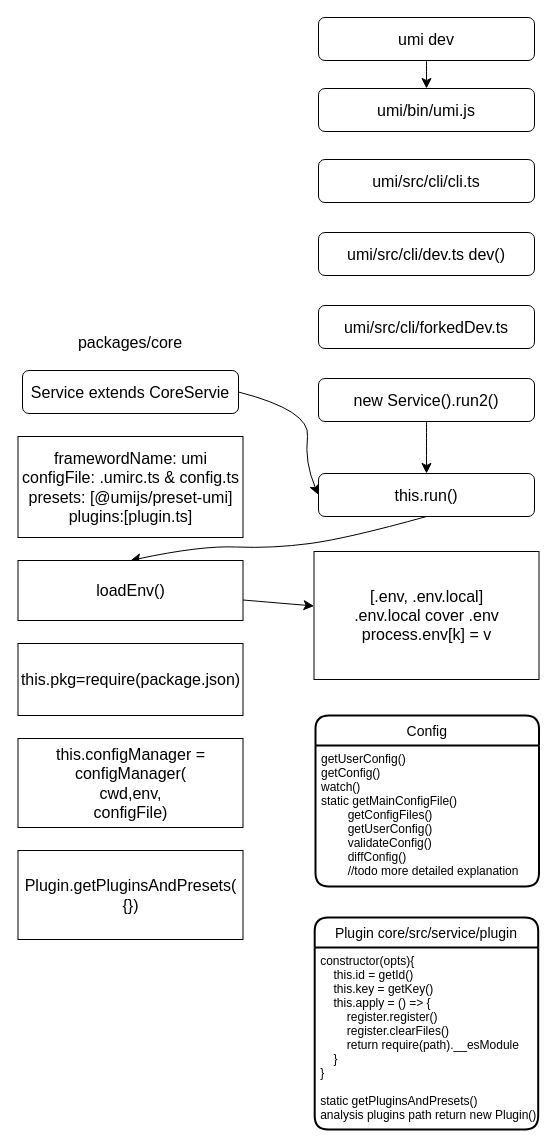
Above: umi.drawio in ccctw-ma/source-code-learning (draw.io), before the change. Source tidied: cells renumbered, new cells numbered last; positions are measured from the earlier drawing's top-left corner, leaving out a move shared by most shapes. Both pictures are drawn from the tidied source at 100%, with x=0, y=0 at pixel (17, 17).
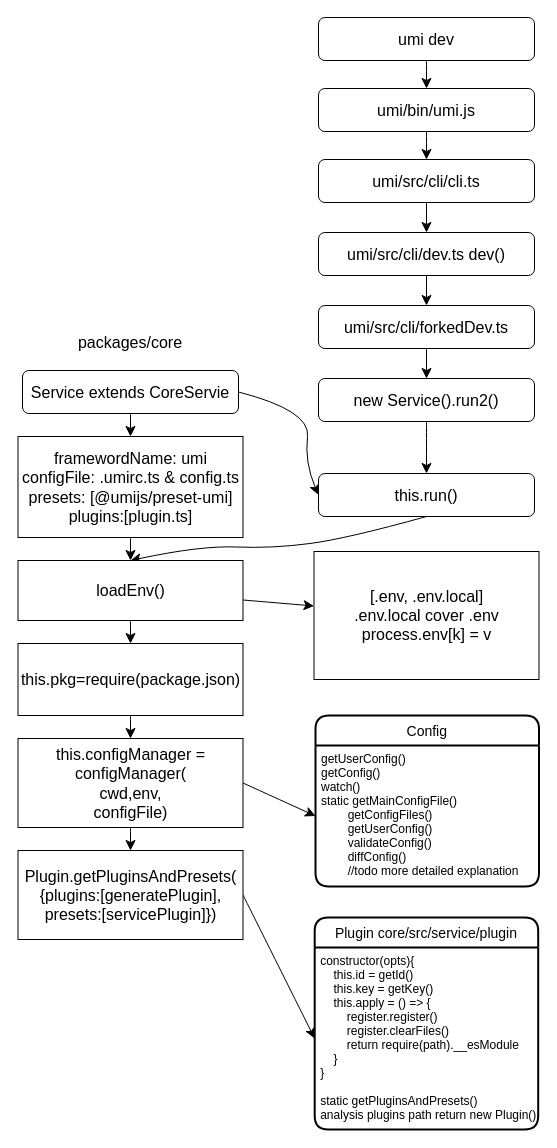
The same diagram, later.

Unchanged cells that the change refers to:
```xml
<mxCell id="4" value="umi/bin/umi.js" style="rounded=1;whiteSpace=wrap;html=1;fontSize=16;" parent="1" vertex="1">
  <mxGeometry x="301" y="71" width="216" height="43" as="geometry" />
</mxCell>
<mxCell id="5" value="umi/src/cli/cli.ts" style="rounded=1;whiteSpace=wrap;html=1;fontSize=16;" parent="1" vertex="1">
  <mxGeometry x="301" y="142" width="216" height="43" as="geometry" />
</mxCell>
<mxCell id="6" value="umi/src/cli/dev.ts&lt;span style=&quot;white-space: pre;&quot;&gt; &lt;/span&gt;dev()" style="rounded=1;whiteSpace=wrap;html=1;fontSize=16;" parent="1" vertex="1">
  <mxGeometry x="301" y="215" width="216" height="43" as="geometry" />
</mxCell>
<mxCell id="7" value="umi/src/cli/forkedDev.ts" style="rounded=1;whiteSpace=wrap;html=1;fontSize=16;" parent="1" vertex="1">
  <mxGeometry x="301" y="288" width="216" height="43" as="geometry" />
</mxCell>
<mxCell id="9" value="new Service().run2()" style="rounded=1;whiteSpace=wrap;html=1;fontSize=16;" parent="1" vertex="1">
  <mxGeometry x="301" y="361" width="216" height="43" as="geometry" />
</mxCell>
<mxCell id="11" value="Service extends CoreServie" style="rounded=1;whiteSpace=wrap;html=1;fontSize=16;" parent="1" vertex="1">
  <mxGeometry x="5" y="353" width="216" height="43" as="geometry" />
</mxCell>
<mxCell id="12" value="framewordName: umi&lt;br&gt;configFile: .umirc.ts &amp;amp; config.ts&lt;br&gt;presets: [@umijs/preset-umi]&lt;br&gt;plugins:[plugin.ts]" style="html=1;fontSize=16;" parent="1" vertex="1">
  <mxGeometry x="0.5" y="419" width="225" height="101" as="geometry" />
</mxCell>
<mxCell id="17" value="getUserConfig()&#10;getConfig()&#10;watch()&#10;static getMainConfigFile()&#10;        getConfigFiles()&#10;        getUserConfig()&#10;        validateConfig()&#10;        diffConfig()&#10;        //todo more detailed explanation&#10;&#10;" style="align=left;strokeColor=none;fillColor=none;spacingLeft=4;fontSize=12;verticalAlign=top;" parent="16" vertex="1">
  <mxGeometry y="30" width="223.5" height="141" as="geometry" />
</mxCell>
<mxCell id="19" value="loadEnv()&lt;br&gt;" style="html=1;fontSize=16;" parent="1" vertex="1">
  <mxGeometry x="0.5" y="543" width="225" height="60" as="geometry" />
</mxCell>
<mxCell id="21" value="this.pkg=require(package.json)" style="html=1;fontSize=16;" parent="1" vertex="1">
  <mxGeometry x="0.5" y="626" width="225" height="72" as="geometry" />
</mxCell>
<mxCell id="22" value="this.configManager =&lt;br&gt;configManager(&lt;br&gt;cwd,env,&lt;br&gt;configFile)" style="html=1;fontSize=16;" parent="1" vertex="1">
  <mxGeometry x="0.5" y="721" width="225" height="89" as="geometry" />
</mxCell>
<mxCell id="25" value="constructor(opts){&#10;    this.id = getId()&#10;    this.key = getKey()&#10;    this.apply = () =&gt; {&#10;        register.register()&#10;        register.clearFiles()&#10;        return require(path).__esModule&#10;    }&#10;}&#10;&#10;static getPluginsAndPresets()&#10;analysis plugins path return new Plugin()" style="align=left;strokeColor=none;fillColor=none;spacingLeft=4;fontSize=12;verticalAlign=top;" parent="24" vertex="1">
  <mxGeometry y="30" width="223.5" height="182" as="geometry" />
</mxCell>
```

Change to the diagram source:
```diff
@@
+    <mxCell id="26" style="edgeStyle=none;curved=1;rounded=0;jettySize=auto;html=1;exitX=0.5;exitY=1;exitDx=0;exitDy=0;fontSize=12;startSize=8;endSize=8;" parent="1" edge="1" source="4" target="5">
+      <mxGeometry relative="1" as="geometry" />
+    </mxCell>
@@
+    <mxCell id="27" style="edgeStyle=none;curved=1;rounded=0;jettySize=auto;html=1;exitX=0.5;exitY=1;exitDx=0;exitDy=0;entryX=0.5;entryY=0;entryDx=0;entryDy=0;fontSize=12;startSize=8;endSize=8;" parent="1" edge="1" source="5" target="6">
+      <mxGeometry relative="1" as="geometry" />
+    </mxCell>
@@
+    <mxCell id="28" style="edgeStyle=none;curved=1;rounded=0;jettySize=auto;html=1;exitX=0.5;exitY=1;exitDx=0;exitDy=0;entryX=0.5;entryY=0;entryDx=0;entryDy=0;fontSize=12;startSize=8;endSize=8;" parent="1" edge="1" source="6" target="7">
+      <mxGeometry relative="1" as="geometry" />
+    </mxCell>
@@
+    <mxCell id="29" style="edgeStyle=none;curved=1;rounded=0;jettySize=auto;html=1;exitX=0.5;exitY=1;exitDx=0;exitDy=0;entryX=0.5;entryY=0;entryDx=0;entryDy=0;fontSize=12;startSize=8;endSize=8;" parent="1" edge="1" source="7" target="9">
+      <mxGeometry relative="1" as="geometry" />
+    </mxCell>
@@
+    <mxCell id="30" style="edgeStyle=none;curved=1;rounded=0;jettySize=auto;html=1;exitX=0.5;exitY=1;exitDx=0;exitDy=0;entryX=0.5;entryY=0;entryDx=0;entryDy=0;fontSize=12;startSize=8;endSize=8;" parent="1" edge="1" source="11" target="12">
+      <mxGeometry relative="1" as="geometry" />
+    </mxCell>
@@
+    <mxCell id="31" style="edgeStyle=none;curved=1;rounded=0;jettySize=auto;html=1;exitX=0.5;exitY=1;exitDx=0;exitDy=0;entryX=0.5;entryY=0;entryDx=0;entryDy=0;fontSize=12;startSize=8;endSize=8;" parent="1" edge="1" source="12" target="19">
+      <mxGeometry relative="1" as="geometry" />
+    </mxCell>
@@
+    <mxCell id="32" style="edgeStyle=none;curved=1;rounded=0;jettySize=auto;html=1;exitX=0.5;exitY=1;exitDx=0;exitDy=0;entryX=0.5;entryY=0;entryDx=0;entryDy=0;fontSize=12;startSize=8;endSize=8;" parent="1" edge="1" source="19" target="21">
+      <mxGeometry relative="1" as="geometry" />
+    </mxCell>
@@
+    <mxCell id="33" style="edgeStyle=none;curved=1;rounded=0;jettySize=auto;html=1;exitX=0.5;exitY=1;exitDx=0;exitDy=0;entryX=0.5;entryY=0;entryDx=0;entryDy=0;fontSize=12;startSize=8;endSize=8;" parent="1" edge="1" source="21" target="22">
+      <mxGeometry relative="1" as="geometry" />
+    </mxCell>
@@
+    <mxCell id="34" style="edgeStyle=none;curved=1;rounded=0;jettySize=auto;html=1;exitX=0.5;exitY=1;exitDx=0;exitDy=0;entryX=0.5;entryY=0;entryDx=0;entryDy=0;fontSize=12;startSize=8;endSize=8;" parent="1" edge="1" source="22" target="23">
+      <mxGeometry relative="1" as="geometry" />
+    </mxCell>
+    <mxCell id="35" style="edgeStyle=none;curved=1;rounded=0;jettySize=auto;html=1;exitX=1;exitY=0.5;exitDx=0;exitDy=0;entryX=0;entryY=0.5;entryDx=0;entryDy=0;fontSize=12;startSize=8;endSize=8;" parent="1" edge="1" source="22" target="17">
+      <mxGeometry relative="1" as="geometry" />
+    </mxCell>
@@
+    <mxCell id="36" style="edgeStyle=none;curved=1;rounded=0;jettySize=auto;html=1;exitX=1;exitY=0.5;exitDx=0;exitDy=0;entryX=0;entryY=0.5;entryDx=0;entryDy=0;fontSize=12;startSize=8;endSize=8;" parent="1" edge="1" source="23" target="25">
+      <mxGeometry relative="1" as="geometry" />
+    </mxCell>
-    <mxCell id="23" value="Plugin.getPluginsAndPresets(&lt;br&gt;{})" style="html=1;fontSize=16;" parent="1" vertex="1">
+    <mxCell id="23" value="Plugin.getPluginsAndPresets(&lt;br&gt;{plugins:[generatePlugin],&lt;br&gt;presets:[servicePlugin]})" style="html=1;fontSize=16;" parent="1" vertex="1">
       <mxGeometry x="0.5" y="833" width="225" height="89" as="geometry" />
     </mxCell>
```
